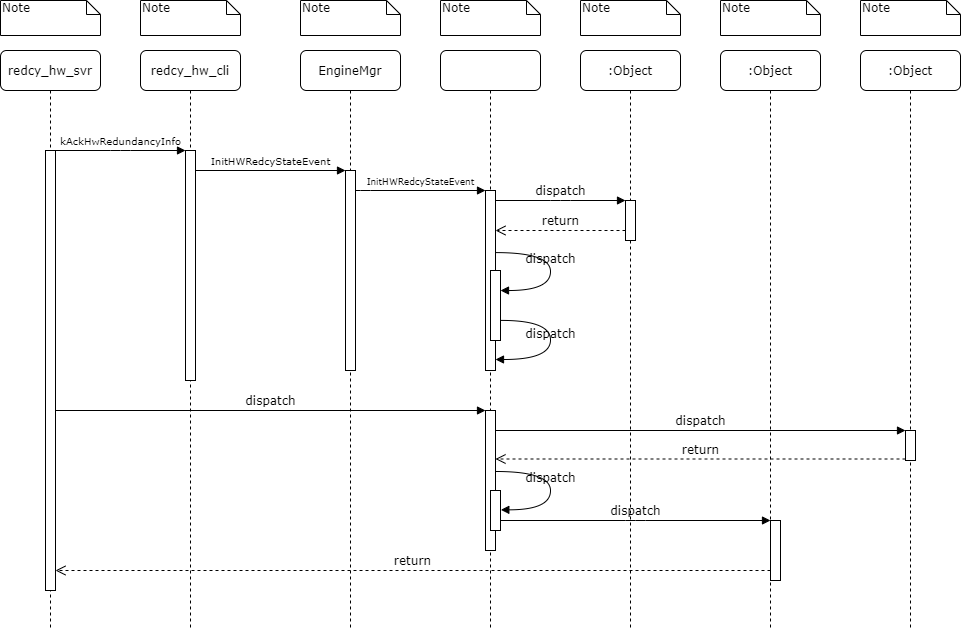
This is UML/StartRedundancy.png from Steve888888/FN-Redundancy, a draw.io export, as it was before one commit. Source tidied: cells renumbered, new cells last; positions are measured from the earlier drawing's top-left corner, leaving out a move shared by most shapes.
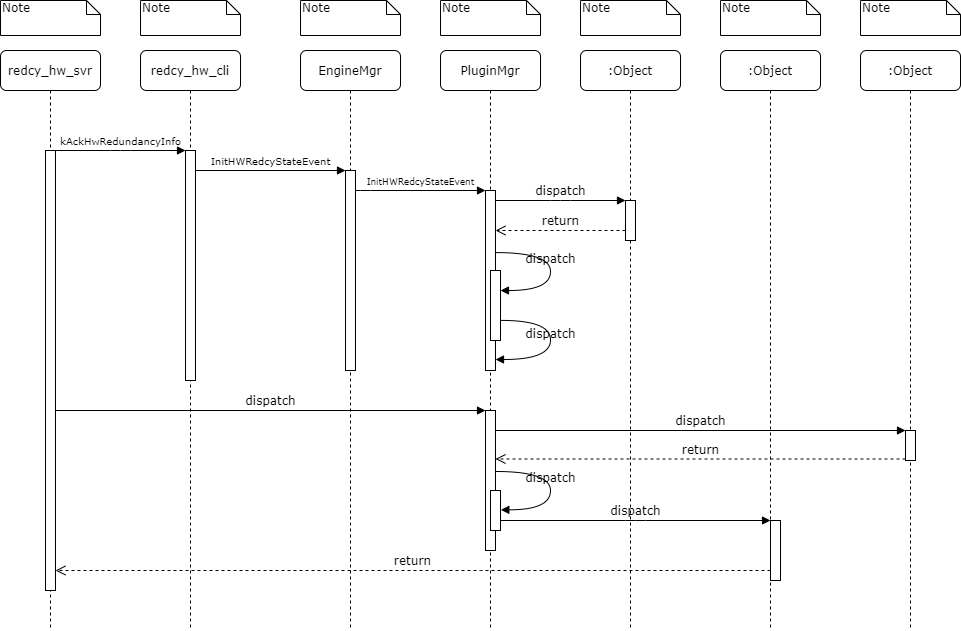
Later version of the same file.

Diff of the diagram source:
```diff
@@ -14,7 +14,7 @@
     <mxCell id="5" style="html=1;points=[];perimeter=orthogonalPerimeter;rounded=0;shadow=0;comic=0;labelBackgroundColor=none;strokeWidth=1;fontFamily=Verdana;fontSize=12;align=center;" parent="4" vertex="1">
       <mxGeometry x="45" y="120" width="10" height="200" as="geometry" />
     </mxCell>
-    <mxCell id="6" style="shape=umlLifeline;perimeter=lifelinePerimeter;whiteSpace=wrap;html=1;rounded=1;shadow=0;comic=0;labelBackgroundColor=none;strokeWidth=1;fontFamily=Verdana;fontSize=12;align=center;" parent="1" vertex="1">
+    <mxCell id="6" value="PluginMgr" style="shape=umlLifeline;perimeter=lifelinePerimeter;whiteSpace=wrap;html=1;rounded=1;shadow=0;comic=0;labelBackgroundColor=none;strokeWidth=1;fontFamily=Verdana;fontSize=12;align=center;" parent="1" vertex="1">
       <mxGeometry x="440" y="50" width="100" height="580" as="geometry" />
     </mxCell>
     <mxCell id="7" value=":Object" style="shape=umlLifeline;perimeter=lifelinePerimeter;whiteSpace=wrap;html=1;rounded=1;shadow=0;comic=0;labelBackgroundColor=none;strokeWidth=1;fontFamily=Verdana;fontSize=12;align=center;" parent="1" vertex="1">
```
